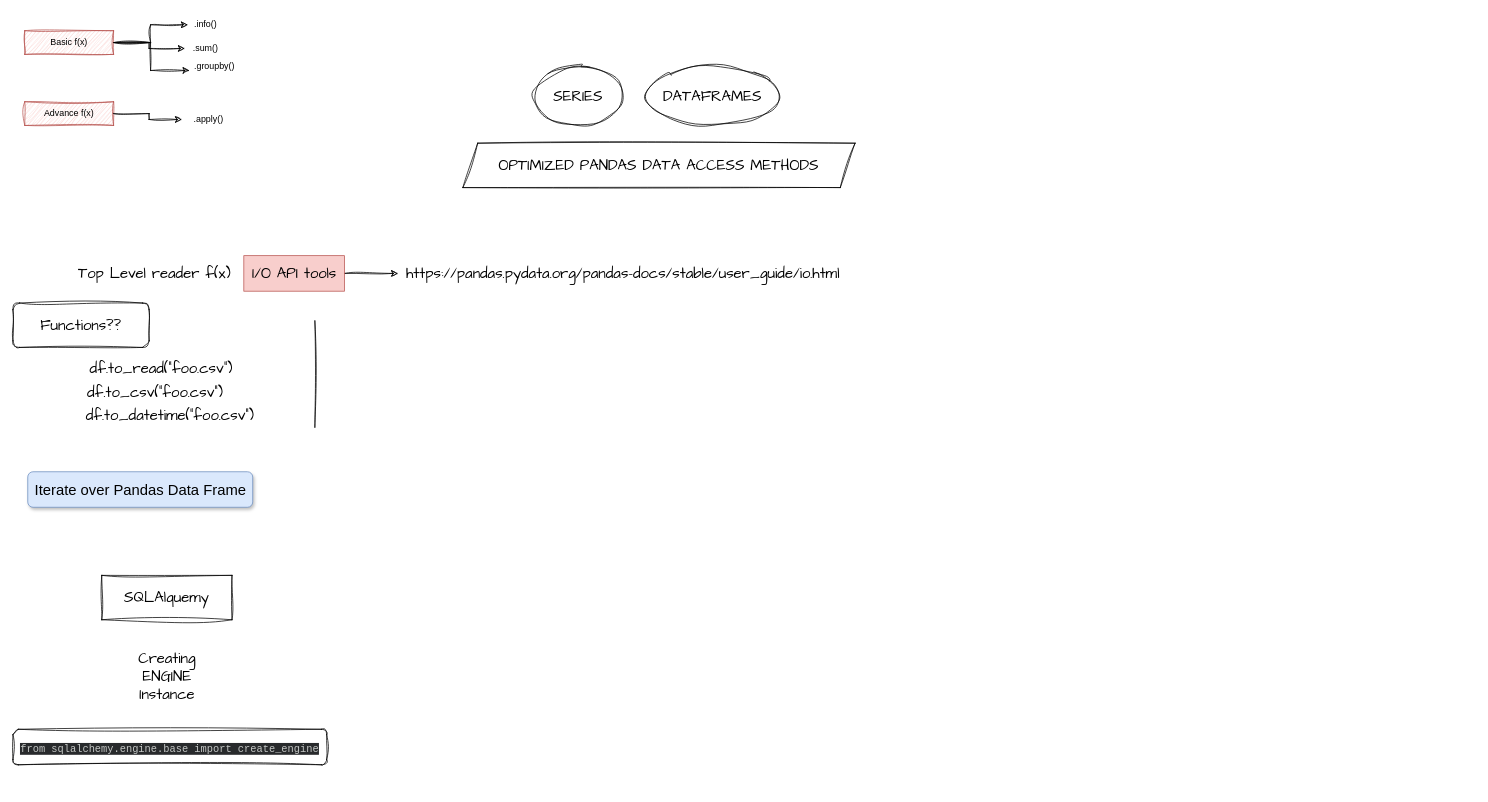
This is Sprint_1_AnyoneAI.drawio from Innoktiv/drawio, a draw.io file, before an edit. Source tidied: cells renumbered, new cells numbered last; positions are measured from the earlier drawing's top-left corner, leaving out a move shared by most shapes. Both pictures are drawn from the tidied source at 74%, with x=0, y=0 at pixel (13, 13).
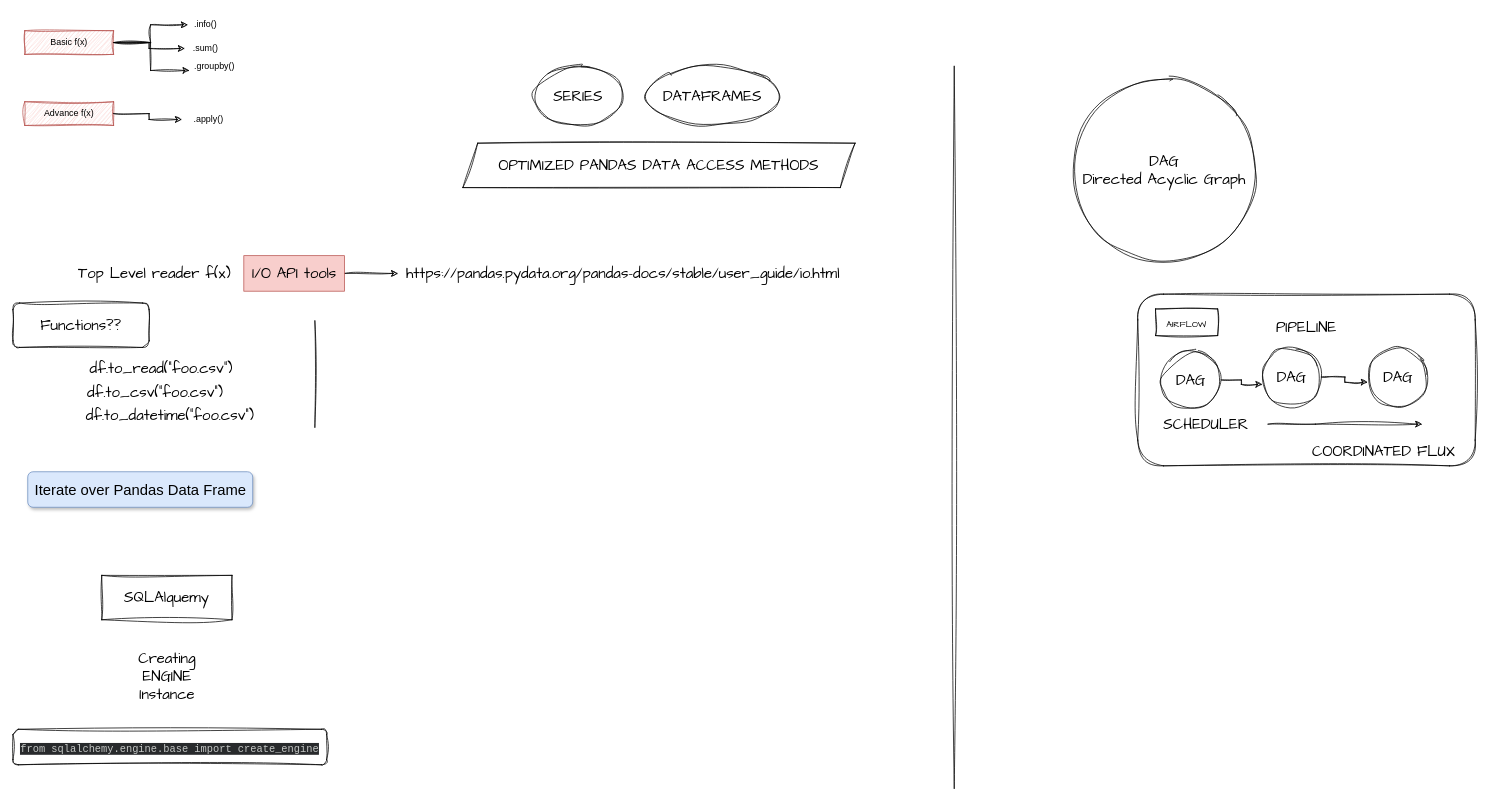
The same diagram, later.

Diff of the diagram source:
```diff
@@
+    <mxCell id="28" value="PIPELINE&lt;br&gt;&lt;br&gt;&lt;br&gt;&lt;br&gt;&lt;br&gt;&lt;br&gt;&lt;br&gt;" style="rounded=1;whiteSpace=wrap;html=1;sketch=1;hachureGap=4;jiggle=2;curveFitting=1;fontFamily=Architects Daughter;fontSize=20;" parent="1" vertex="1">
+      <mxGeometry x="1520" y="380" width="456" height="232" as="geometry" />
+    </mxCell>
@@
+    <mxCell id="29" value="DAG&lt;br&gt;Directed Acyclic Graph" style="ellipse;whiteSpace=wrap;html=1;sketch=1;hachureGap=4;jiggle=2;curveFitting=1;fontFamily=Architects Daughter;fontSize=20;" parent="1" vertex="1">
+      <mxGeometry x="1432" y="88" width="248" height="248" as="geometry" />
+    </mxCell>
+    <mxCell id="30" style="endArrow=none;html=1;rounded=0;sketch=1;hachureGap=4;jiggle=2;curveFitting=1;fontFamily=Architects Daughter;fontSize=16;" parent="1" edge="1">
+      <mxGeometry relative="1" as="geometry">
+        <mxPoint x="1272" y="1048" as="sourcePoint" />
+        <mxPoint x="1272" y="72" as="targetPoint" />
+      </mxGeometry>
+    </mxCell>
+    <mxCell id="31" value="DAG" style="ellipse;whiteSpace=wrap;html=1;sketch=1;hachureGap=4;jiggle=2;curveFitting=1;fontFamily=Architects Daughter;fontSize=20;" parent="1" vertex="1">
+      <mxGeometry x="1832" y="452" width="80" height="80" as="geometry" />
+    </mxCell>
+    <mxCell id="32" value="DAG" style="ellipse;whiteSpace=wrap;html=1;sketch=1;hachureGap=4;jiggle=2;curveFitting=1;fontFamily=Architects Daughter;fontSize=20;" parent="1" vertex="1">
+      <mxGeometry x="1688" y="452" width="80" height="80" as="geometry" />
+    </mxCell>
+    <mxCell id="33" style="edgeStyle=orthogonalEdgeStyle;rounded=0;sketch=1;hachureGap=4;jiggle=2;curveFitting=1;jettySize=auto;html=1;fontFamily=Architects Daughter;fontSize=16;entryX=0;entryY=0.625;entryDx=0;entryDy=0;entryPerimeter=0;" parent="1" edge="1" source="34" target="32">
+      <mxGeometry relative="1" as="geometry" />
+    </mxCell>
+    <mxCell id="34" value="DAG" style="ellipse;whiteSpace=wrap;html=1;sketch=1;hachureGap=4;jiggle=2;curveFitting=1;fontFamily=Architects Daughter;fontSize=20;" parent="1" vertex="1">
+      <mxGeometry x="1552" y="456" width="80" height="80" as="geometry" />
+    </mxCell>
+    <mxCell id="35" style="edgeStyle=orthogonalEdgeStyle;rounded=0;sketch=1;hachureGap=4;jiggle=2;curveFitting=1;jettySize=auto;html=1;entryX=-0.02;entryY=0.588;entryDx=0;entryDy=0;entryPerimeter=0;fontFamily=Architects Daughter;fontSize=16;" parent="1" edge="1" source="32" target="31">
+      <mxGeometry relative="1" as="geometry" />
+    </mxCell>
+    <mxCell id="36" value="COORDINATED FLUX" style="text;html=1;align=center;verticalAlign=middle;strokeColor=none;fillColor=none;fontFamily=Architects Daughter;fontSize=20;" parent="1" vertex="1">
+      <mxGeometry x="1744" y="568" width="216" height="48" as="geometry" />
+    </mxCell>
+    <mxCell id="37" value="SCHEDULER" style="text;html=1;align=center;verticalAlign=middle;strokeColor=none;fillColor=none;fontFamily=Architects Daughter;fontSize=20;" parent="1" vertex="1">
+      <mxGeometry x="1544" y="532" width="136" height="48" as="geometry" />
+    </mxCell>
+    <mxCell id="38" style="endArrow=classic;html=1;rounded=0;sketch=1;hachureGap=4;jiggle=2;curveFitting=1;fontFamily=Architects Daughter;fontSize=16;" parent="1" edge="1">
+      <mxGeometry relative="1" as="geometry">
+        <mxPoint x="1696" y="555.7" as="sourcePoint" />
+        <mxPoint x="1904" y="555.7" as="targetPoint" />
+        <Array as="points">
+          <mxPoint x="1760" y="555.7" />
+        </Array>
+      </mxGeometry>
+    </mxCell>
+    <mxCell id="39" value="&lt;font style=&quot;font-size: 12px;&quot;&gt;AIRFLOW&lt;/font&gt;" style="rounded=0;whiteSpace=wrap;html=1;sketch=1;hachureGap=4;jiggle=2;curveFitting=1;fontFamily=Architects Daughter;fontSize=20;" parent="1" vertex="1">
+      <mxGeometry x="1544" y="400" width="84" height="36" as="geometry" />
+    </mxCell>
```
